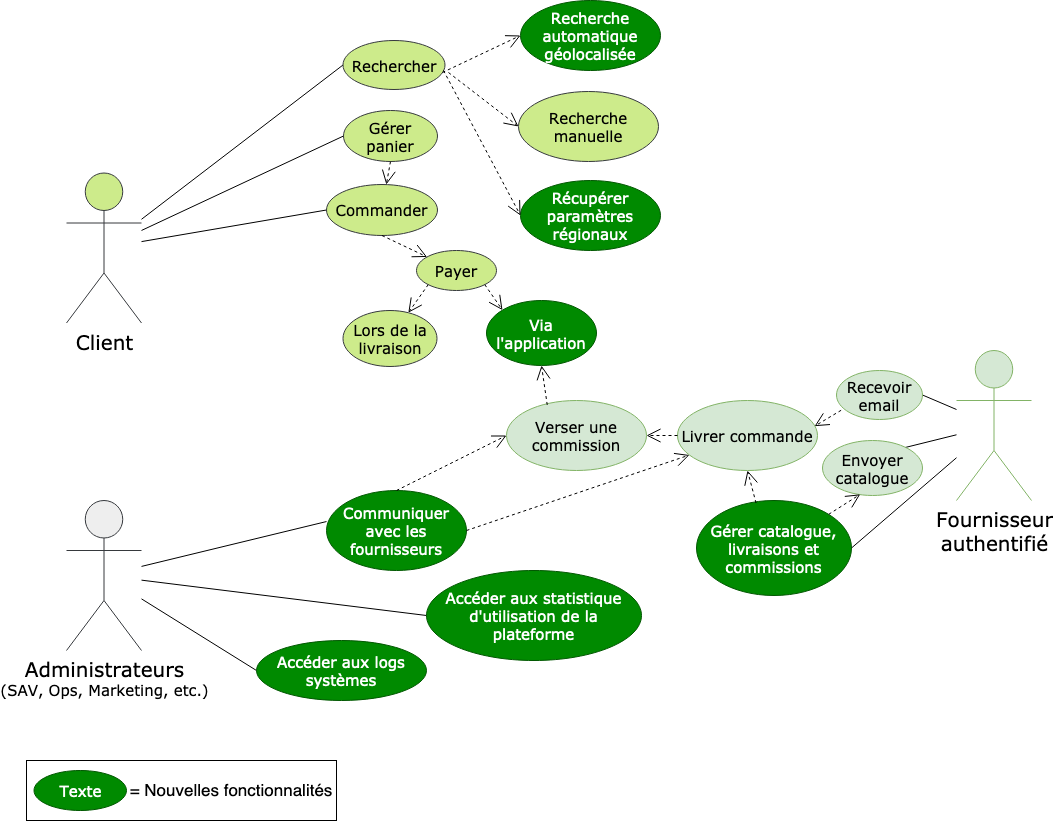
This is images/cas d utilisation metier.png from KokanTeke/OCR-P5, a draw.io export, as it was before one commit. Source tidied: cells renumbered, new cells last; positions are measured from the earlier drawing's top-left corner, leaving out a move shared by most shapes.
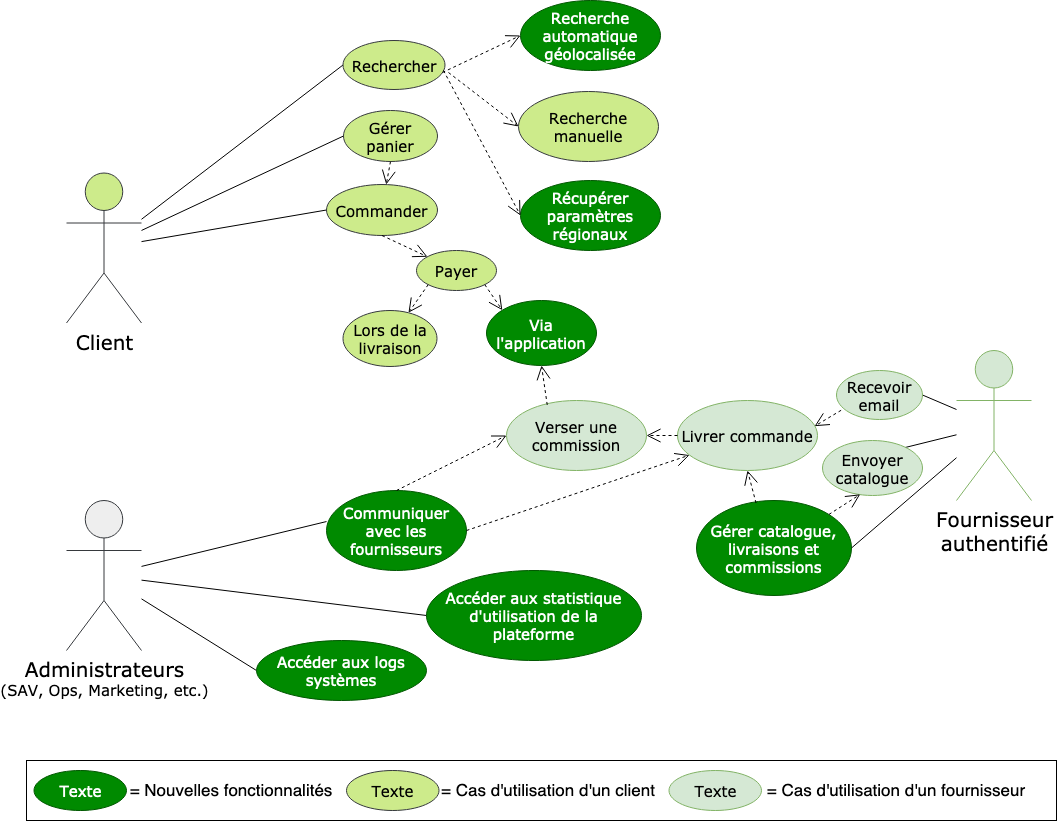
After the commit.

Commit message:
Ajout d'une légende.

Diff of the diagram source:
```diff
@@ -3,7 +3,7 @@
     <mxCell id="0" />
     <mxCell id="1" parent="0" />
     <mxCell id="2" style="rounded=0;whiteSpace=wrap;html=1;fontSize=17;fontColor=#000000;" parent="1" vertex="1">
-      <mxGeometry y="760" width="310" height="60" as="geometry" />
+      <mxGeometry y="760" width="1030" height="60" as="geometry" />
     </mxCell>
     <mxCell id="3" style="rounded=0;jettySize=auto;html=1;entryX=0;entryY=0.5;entryDx=0;entryDy=0;endArrow=none;endFill=0;fontSize=15;fontFamily=Verdana;" parent="1" edge="1" source="6" target="11">
       <mxGeometry relative="1" as="geometry" />
@@ -136,11 +136,32 @@
     <mxCell id="45" style="endArrow=open;endSize=12;dashed=1;html=1;entryX=1;entryY=0.5;entryDx=0;entryDy=0;exitX=0;exitY=0.5;exitDx=0;exitDy=0;fontSize=15;fontFamily=Verdana;" parent="1" edge="1" source="26" target="25">
       <mxGeometry relative="1" as="geometry" />
     </mxCell>
+    <mxCell id="48" style="group;" parent="1" vertex="1">
+      <mxGeometry x="7.5" y="770" width="302.5" height="40" as="geometry" />
+    </mxCell>
-    <mxCell id="46" value="Texte" style="ellipse;whiteSpace=wrap;html=1;fillColor=#008a00;strokeColor=#005700;fontColor=#ffffff;fontSize=15;fontFamily=Verdana;" parent="1" vertex="1">
-      <mxGeometry x="7.5" y="770" width="92.5" height="40" as="geometry" />
+    <mxCell id="46" value="Texte" style="ellipse;whiteSpace=wrap;html=1;fillColor=#008a00;strokeColor=#005700;fontColor=#ffffff;fontSize=15;fontFamily=Verdana;" parent="48" vertex="1">
+      <mxGeometry width="92.5" height="40" as="geometry" />
     </mxCell>
-    <mxCell id="47" value="= Nouvelles fonctionnalités" style="text;html=1;strokeColor=none;fillColor=none;align=center;verticalAlign=middle;whiteSpace=wrap;rounded=0;fontSize=17;" parent="1" vertex="1">
-      <mxGeometry x="100" y="780" width="210" height="20" as="geometry" />
+    <mxCell id="47" value="= Nouvelles fonctionnalités" style="text;html=1;strokeColor=none;fillColor=none;align=center;verticalAlign=middle;whiteSpace=wrap;rounded=0;fontSize=17;" parent="48" vertex="1">
+      <mxGeometry x="92.5" y="10" width="210" height="20" as="geometry" />
     </mxCell>
+    <mxCell id="49" style="group;" parent="1" vertex="1">
+      <mxGeometry x="320" y="770" width="310" height="40" as="geometry" />
+    </mxCell>
+    <mxCell id="50" value="Texte" style="ellipse;whiteSpace=wrap;html=1;fontSize=15;fontFamily=Verdana;fillColor=#CDEB8B;strokeColor=#36393D;" parent="49" vertex="1">
+      <mxGeometry width="92.5" height="40" as="geometry" />
+    </mxCell>
+    <mxCell id="51" value="= Cas d'utilisation d'un client" style="text;html=1;strokeColor=none;fillColor=none;align=center;verticalAlign=middle;whiteSpace=wrap;rounded=0;fontSize=17;" parent="49" vertex="1">
+      <mxGeometry x="92.5" y="10" width="217.5" height="20" as="geometry" />
+    </mxCell>
+    <mxCell id="52" style="group;" parent="1" vertex="1">
+      <mxGeometry x="642.5" y="770" width="362.5" height="40" as="geometry" />
+    </mxCell>
+    <mxCell id="53" value="Texte" style="ellipse;whiteSpace=wrap;html=1;fontSize=15;fontFamily=Verdana;fillColor=#D5E8D4;strokeColor=#82B366;" parent="52" vertex="1">
+      <mxGeometry width="92.5" height="40" as="geometry" />
+    </mxCell>
+    <mxCell id="54" value="= Cas d'utilisation d'un fournisseur" style="text;html=1;strokeColor=none;fillColor=none;align=center;verticalAlign=middle;whiteSpace=wrap;rounded=0;fontSize=17;" parent="52" vertex="1">
+      <mxGeometry x="92.5" y="10" width="270" height="20" as="geometry" />
+    </mxCell>
   </root>
 </mxGraphModel>
```
